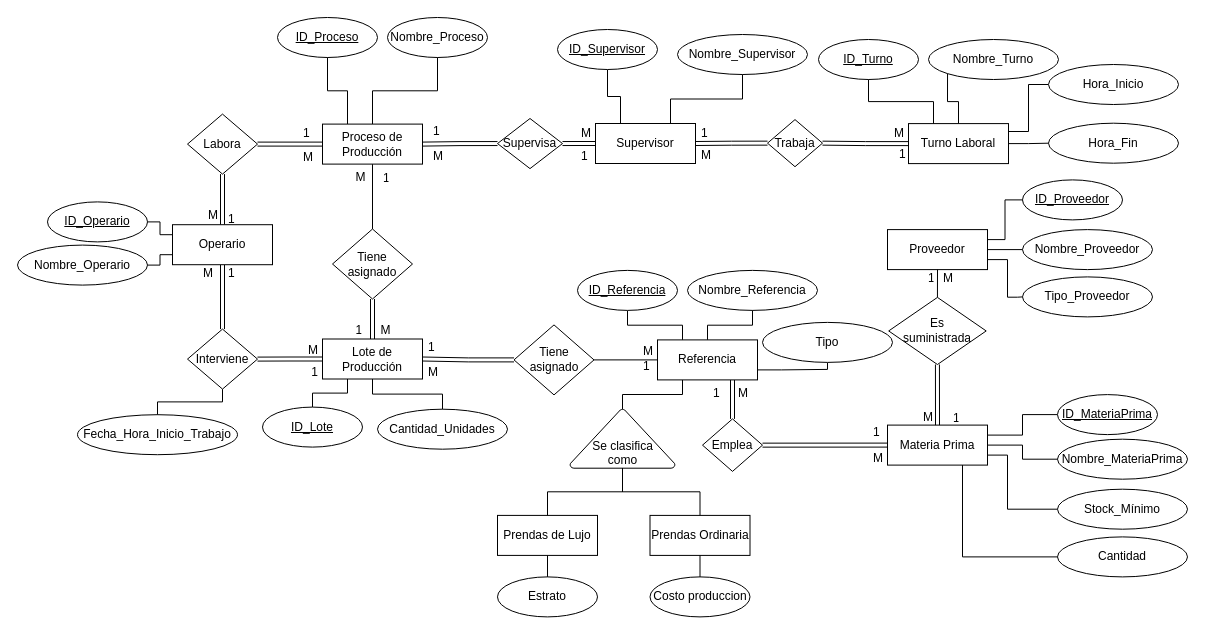
Above: page "Modelo Entidad Relación (Conceptual)" (1 of 3) of Caso de estudio Pepitas S.A/Pepitas S.A.drawio in jcagudelo12/DB_Administration (draw.io), before the change. Source tidied: cells renumbered, new cells numbered last; positions are measured from the earlier drawing's top-left corner, leaving out a move shared by most shapes. Both pictures are drawn from the tidied source at 100%, with x=0, y=0 at pixel (17, 17).
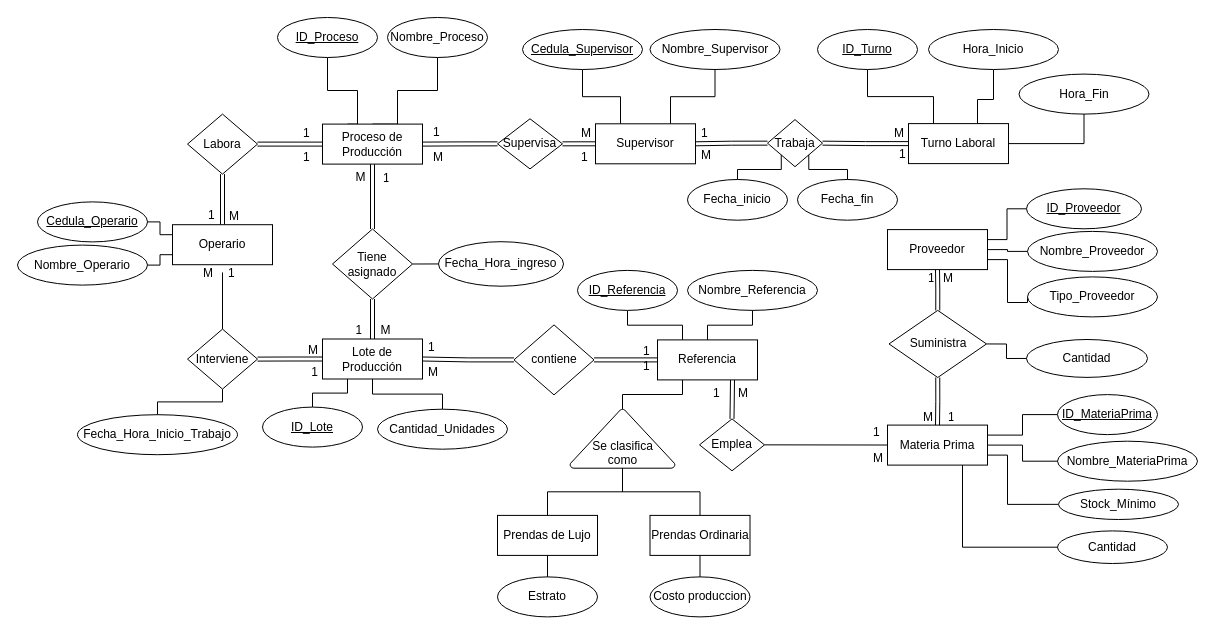
After the change.

The change refers to these unchanged cells:
```xml
<mxCell id="2" value="&lt;u&gt;ID_Proceso &lt;/u&gt;" style="ellipse;whiteSpace=wrap;html=1;align=center;strokeWidth=1;" parent="1" vertex="1">
  <mxGeometry x="260" width="100" height="40" as="geometry" />
</mxCell>
<mxCell id="3" value="Nombre_Proceso" style="ellipse;whiteSpace=wrap;html=1;align=center;strokeWidth=1;" parent="1" vertex="1">
  <mxGeometry x="370" width="100" height="40" as="geometry" />
</mxCell>
<mxCell id="21" value="Materia Prima" style="whiteSpace=wrap;html=1;align=center;strokeWidth=1;" parent="1" vertex="1">
  <mxGeometry x="870" y="407.6" width="100" height="40" as="geometry" />
</mxCell>
<mxCell id="28" value="Proveedor" style="whiteSpace=wrap;html=1;align=center;strokeWidth=1;" parent="1" vertex="1">
  <mxGeometry x="870" y="212.1" width="100" height="40" as="geometry" />
</mxCell>
<mxCell id="41" value="Tiene asignado" style="shape=rhombus;perimeter=rhombusPerimeter;whiteSpace=wrap;html=1;align=center;strokeWidth=1;" parent="1" vertex="1">
  <mxGeometry x="315" y="211.5" width="80" height="70" as="geometry" />
</mxCell>
<mxCell id="47" value="Interviene" style="shape=rhombus;perimeter=rhombusPerimeter;whiteSpace=wrap;html=1;align=center;strokeWidth=1;" parent="1" vertex="1">
  <mxGeometry x="170" y="311.6" width="70" height="60" as="geometry" />
</mxCell>
<mxCell id="53" value="Trabaja" style="shape=rhombus;perimeter=rhombusPerimeter;whiteSpace=wrap;html=1;align=center;strokeWidth=1;" parent="1" vertex="1">
  <mxGeometry x="750" y="102.1" width="55" height="47.1" as="geometry" />
</mxCell>
<mxCell id="73" value="Turno Laboral" style="whiteSpace=wrap;html=1;align=center;strokeWidth=1;" parent="72" vertex="1">
  <mxGeometry x="20" y="4" width="100" height="40" as="geometry" />
</mxCell>
<mxCell id="81" style="group;strokeWidth=1;" parent="80" vertex="1">
  <mxGeometry width="120" height="45" as="geometry" />
</mxCell>
<mxCell id="82" value="Referencia" style="whiteSpace=wrap;html=1;align=center;strokeWidth=1;" parent="81" vertex="1">
  <mxGeometry x="20" y="2.5" width="100" height="40" as="geometry" />
</mxCell>
<mxCell id="95" style="group;" parent="1" vertex="1">
  <mxGeometry x="280" y="102.1" width="125" height="69.1" as="geometry" />
</mxCell>
<mxCell id="96" value="Proceso de Producción" style="whiteSpace=wrap;html=1;align=center;strokeWidth=1;" parent="95" vertex="1">
  <mxGeometry x="25" y="4.5" width="100" height="40" as="geometry" />
</mxCell>
<mxCell id="117" style="group;" parent="1" vertex="1">
  <mxGeometry x="155" y="184.4" width="100" height="83.2" as="geometry" />
</mxCell>
<mxCell id="118" value="Operario" style="whiteSpace=wrap;html=1;align=center;strokeWidth=1;" parent="117" vertex="1">
  <mxGeometry y="22.8" width="100" height="40" as="geometry" />
</mxCell>
<mxCell id="122" value="1" style="text;strokeColor=none;fillColor=none;spacingLeft=4;spacingRight=4;overflow=hidden;points=[[0,0.5],[1,0.5]];portConstraint=eastwest;fontSize=12;" parent="117" vertex="1">
  <mxGeometry x="50" y="57.8" width="20" height="25.5" as="geometry" />
</mxCell>
```

Change to the diagram source:
```diff
@@
-<mxGraphModel>
+<mxGraphModel background="#ffffff">
@@
     <mxCell id="4" style="endArrow=none;html=1;rounded=0;exitX=0.25;exitY=0;exitDx=0;exitDy=0;entryX=0.5;entryY=1;entryDx=0;entryDy=0;edgeStyle=orthogonalEdgeStyle;elbow=vertical;" parent="1" edge="1" source="96" target="2">
-      <mxGeometry relative="1" as="geometry" />
+      <mxGeometry relative="1" as="geometry">
+        <Array as="points">
+          <mxPoint x="340" y="107" />
+          <mxPoint x="340" y="73" />
+          <mxPoint x="310" y="73" />
+        </Array>
+      </mxGeometry>
     </mxCell>
     <mxCell id="5" style="endArrow=none;html=1;rounded=0;exitX=0.5;exitY=0;exitDx=0;exitDy=0;entryX=0.5;entryY=1;entryDx=0;entryDy=0;edgeStyle=orthogonalEdgeStyle;" parent="1" edge="1" source="96" target="3">
-      <mxGeometry relative="1" as="geometry" />
+      <mxGeometry relative="1" as="geometry">
+        <Array as="points">
+          <mxPoint x="380" y="107" />
+          <mxPoint x="380" y="73" />
+          <mxPoint x="420" y="73" />
+        </Array>
+      </mxGeometry>
     </mxCell>
     <mxCell id="6" value="Nombre_Supervisor" style="ellipse;whiteSpace=wrap;html=1;align=center;strokeWidth=1;" parent="1" vertex="1">
-      <mxGeometry x="660" y="17" width="130" height="40" as="geometry" />
+      <mxGeometry x="632.5" y="12" width="130" height="40" as="geometry" />
     </mxCell>
@@
-    <mxCell id="8" value="ID_Supervisor " style="ellipse;whiteSpace=wrap;html=1;align=center;fontStyle=4;strokeWidth=1;" parent="1" vertex="1">
-      <mxGeometry x="540" y="12" width="100" height="40" as="geometry" />
+    <mxCell id="8" value="Cedula_Supervisor " style="ellipse;whiteSpace=wrap;html=1;align=center;fontStyle=4;strokeWidth=1;" parent="1" vertex="1">
+      <mxGeometry x="505" y="12" width="120" height="40" as="geometry" />
     </mxCell>
@@
-    <mxCell id="13" style="endArrow=none;html=1;rounded=0;exitX=1;exitY=0.75;exitDx=0;exitDy=0;entryX=0.5;entryY=1;entryDx=0;entryDy=0;edgeStyle=orthogonalEdgeStyle;" parent="1" edge="1" source="82" target="14">
-      <mxGeometry relative="1" as="geometry">
-        <Array as="points">
-          <mxPoint x="764" y="351.9" />
-          <mxPoint x="810" y="351.9" />
-        </Array>
-      </mxGeometry>
-    </mxCell>
-    <mxCell id="14" value="Tipo" style="ellipse;whiteSpace=wrap;html=1;align=center;strokeWidth=1;" parent="1" vertex="1">
-      <mxGeometry x="745" y="304.9" width="130" height="40" as="geometry" />
-    </mxCell>
-    <mxCell id="15" value="Nombre_Turno" style="ellipse;whiteSpace=wrap;html=1;align=center;strokeWidth=1;" parent="1" vertex="1">
-      <mxGeometry x="911" y="22" width="130" height="40" as="geometry" />
-    </mxCell>
-    <mxCell id="16" style="endArrow=none;html=1;rounded=0;exitX=0.5;exitY=0;exitDx=0;exitDy=0;entryX=0;entryY=1;entryDx=0;entryDy=0;edgeStyle=orthogonalEdgeStyle;" parent="1" edge="1" source="73" target="15">
-      <mxGeometry relative="1" as="geometry" />
-    </mxCell>
     <mxCell id="17" value="ID_Turno" style="ellipse;whiteSpace=wrap;html=1;align=center;fontStyle=4;strokeWidth=1;" parent="1" vertex="1">
-      <mxGeometry x="801" y="22" width="100" height="40" as="geometry" />
+      <mxGeometry x="800" y="12" width="100" height="40" as="geometry" />
     </mxCell>
-    <mxCell id="18" style="endArrow=none;html=1;rounded=0;exitX=1;exitY=0.25;exitDx=0;exitDy=0;entryX=0;entryY=0.5;entryDx=0;entryDy=0;edgeStyle=orthogonalEdgeStyle;" parent="1" edge="1" source="73" target="19">
+    <mxCell id="18" style="endArrow=none;html=1;rounded=0;exitX=0.75;exitY=0;exitDx=0;exitDy=0;entryX=0.5;entryY=1;entryDx=0;entryDy=0;edgeStyle=orthogonalEdgeStyle;" parent="1" edge="1" source="73" target="19">
       <mxGeometry relative="1" as="geometry">
         <Array as="points">
-          <mxPoint x="1011" y="114" />
-          <mxPoint x="1011" y="67" />
+          <mxPoint x="960" y="106" />
+          <mxPoint x="960" y="82" />
+          <mxPoint x="976" y="82" />
         </Array>
       </mxGeometry>
     </mxCell>
     <mxCell id="19" value="Hora_Inicio" style="ellipse;whiteSpace=wrap;html=1;align=center;strokeWidth=1;" parent="1" vertex="1">
-      <mxGeometry x="1031" y="47" width="130" height="40" as="geometry" />
+      <mxGeometry x="911" y="12" width="130" height="40" as="geometry" />
     </mxCell>
     <mxCell id="20" value="Hora_Fin" style="ellipse;whiteSpace=wrap;html=1;align=center;strokeWidth=1;" parent="1" vertex="1">
-      <mxGeometry x="1031" y="105.7" width="130" height="40" as="geometry" />
+      <mxGeometry x="1001.5" y="56.6" width="130" height="40" as="geometry" />
     </mxCell>
@@
     <mxCell id="22" value="Nombre_MateriaPrima" style="ellipse;whiteSpace=wrap;html=1;align=center;strokeWidth=1;" parent="1" vertex="1">
-      <mxGeometry x="1040" y="421.7" width="130" height="40" as="geometry" />
+      <mxGeometry x="1040" y="423.7" width="140" height="40" as="geometry" />
     </mxCell>
@@
     <mxCell id="26" style="endArrow=none;html=1;rounded=0;exitX=1;exitY=0.75;exitDx=0;exitDy=0;entryX=0;entryY=0.5;entryDx=0;entryDy=0;edgeStyle=orthogonalEdgeStyle;" parent="1" edge="1" source="21" target="27">
       <mxGeometry relative="1" as="geometry">
         <Array as="points">
-          <mxPoint x="990" y="437.7" />
-          <mxPoint x="990" y="491.7" />
+          <mxPoint x="990" y="438" />
+          <mxPoint x="990" y="487" />
         </Array>
       </mxGeometry>
     </mxCell>
     <mxCell id="27" value="Stock_Mínimo" style="ellipse;whiteSpace=wrap;html=1;align=center;strokeWidth=1;" parent="1" vertex="1">
-      <mxGeometry x="1040" y="471.7" width="130" height="40" as="geometry" />
+      <mxGeometry x="1041" y="471.7" width="120" height="30.3" as="geometry" />
     </mxCell>
@@
     <mxCell id="29" value="Nombre_Proveedor" style="ellipse;whiteSpace=wrap;html=1;align=center;strokeWidth=1;" parent="1" vertex="1">
-      <mxGeometry x="1005" y="212.1" width="130" height="40" as="geometry" />
+      <mxGeometry x="1010" y="213.9" width="130" height="40" as="geometry" />
     </mxCell>
@@
     <mxCell id="32" value="ID_Proveedor " style="ellipse;whiteSpace=wrap;html=1;align=center;fontStyle=4;strokeWidth=1;" parent="1" vertex="1">
-      <mxGeometry x="1005" y="162.4" width="100" height="40" as="geometry" />
+      <mxGeometry x="1009" y="171.3" width="115" height="40" as="geometry" />
     </mxCell>
     <mxCell id="33" style="endArrow=none;html=1;rounded=0;entryX=0;entryY=0.5;entryDx=0;entryDy=0;edgeStyle=orthogonalEdgeStyle;exitX=1;exitY=0.75;exitDx=0;exitDy=0;" parent="1" edge="1" source="28" target="34">
       <mxGeometry relative="1" as="geometry">
         <Array as="points">
-          <mxPoint x="990" y="241.7" />
-          <mxPoint x="990" y="279.7" />
-          <mxPoint x="1000" y="279.7" />
+          <mxPoint x="990" y="242" />
+          <mxPoint x="990" y="285" />
         </Array>
       </mxGeometry>
     </mxCell>
     <mxCell id="34" value="Tipo_Proveedor " style="ellipse;whiteSpace=wrap;html=1;align=center;strokeWidth=1;" parent="1" vertex="1">
-      <mxGeometry x="1005" y="259.4" width="130" height="40" as="geometry" />
+      <mxGeometry x="1010" y="259.4" width="130" height="40" as="geometry" />
     </mxCell>
@@
-    <mxCell id="37" value="Es &lt;br&gt;suministrada" style="shape=rhombus;perimeter=rhombusPerimeter;whiteSpace=wrap;html=1;align=center;strokeWidth=1;" parent="1" vertex="1">
-      <mxGeometry x="871.2" y="279.9" width="97.5" height="67.1" as="geometry" />
+    <mxCell id="37" value="Suministra" style="shape=rhombus;perimeter=rhombusPerimeter;whiteSpace=wrap;html=1;align=center;strokeWidth=1;" parent="1" vertex="1">
+      <mxGeometry x="871.5" y="292.9" width="97.5" height="67.1" as="geometry" />
     </mxCell>
@@
-    <mxCell id="39" style="endArrow=none;html=1;rounded=0;edgeStyle=orthogonalEdgeStyle;entryX=0.5;entryY=1;entryDx=0;entryDy=0;exitX=0.5;exitY=0;exitDx=0;exitDy=0;" parent="1" edge="1" source="37" target="28">
+    <mxCell id="39" style="endArrow=none;html=1;rounded=0;edgeStyle=orthogonalEdgeStyle;entryX=0.5;entryY=1;entryDx=0;entryDy=0;exitX=0.5;exitY=0;exitDx=0;exitDy=0;shape=link;" parent="1" edge="1" source="37" target="28">
       <mxGeometry relative="1" as="geometry" />
     </mxCell>
@@
-    <mxCell id="42" style="endArrow=none;html=1;rounded=0;exitX=0.5;exitY=0;exitDx=0;exitDy=0;entryX=0.5;entryY=1;entryDx=0;entryDy=0;edgeStyle=orthogonalEdgeStyle;" parent="1" edge="1" source="41" target="96">
-      <mxGeometry relative="1" as="geometry">
-        <Array as="points">
-          <mxPoint x="355" y="212" />
-          <mxPoint x="355" y="212" />
-        </Array>
-      </mxGeometry>
+    <mxCell id="42" style="endArrow=none;html=1;rounded=0;exitX=0.5;exitY=0;exitDx=0;exitDy=0;entryX=0.5;entryY=1;entryDx=0;entryDy=0;edgeStyle=orthogonalEdgeStyle;shape=link;" parent="1" edge="1" source="41" target="96">
+      <mxGeometry relative="1" as="geometry" />
     </mxCell>
-    <mxCell id="43" value="Tiene asignado" style="shape=rhombus;perimeter=rhombusPerimeter;whiteSpace=wrap;html=1;align=center;strokeWidth=1;" parent="1" vertex="1">
+    <mxCell id="43" value="contiene" style="shape=rhombus;perimeter=rhombusPerimeter;whiteSpace=wrap;html=1;align=center;strokeWidth=1;" parent="1" vertex="1">
       <mxGeometry x="496.5" y="307.4" width="80" height="70" as="geometry" />
     </mxCell>
@@
     <mxCell id="48" value="Emplea" style="shape=rhombus;perimeter=rhombusPerimeter;whiteSpace=wrap;html=1;align=center;strokeWidth=1;" parent="1" vertex="1">
-      <mxGeometry x="685" y="401.4" width="60" height="52.5" as="geometry" />
+      <mxGeometry x="682" y="401.4" width="65" height="51.9" as="geometry" />
     </mxCell>
@@
-    <mxCell id="50" style="shape=link;html=1;rounded=0;elbow=vertical;exitX=0;exitY=0.5;exitDx=0;exitDy=0;entryX=1;entryY=0.5;entryDx=0;entryDy=0;" parent="1" edge="1" source="21" target="48">
-      <mxGeometry relative="1" as="geometry" />
-    </mxCell>
@@
-    <mxCell id="55" style="endArrow=none;html=1;rounded=0;exitX=1;exitY=0.5;exitDx=0;exitDy=0;edgeStyle=orthogonalEdgeStyle;entryX=0;entryY=0.5;entryDx=0;entryDy=0;" parent="1" edge="1" source="43" target="82">
+    <mxCell id="55" style="endArrow=none;html=1;rounded=0;exitX=1;exitY=0.5;exitDx=0;exitDy=0;edgeStyle=orthogonalEdgeStyle;entryX=0;entryY=0.5;entryDx=0;entryDy=0;shape=link;" parent="1" edge="1" source="43" target="82">
       <mxGeometry relative="1" as="geometry" />
     </mxCell>
@@
-    <mxCell id="67" value="ID_Operario" style="ellipse;whiteSpace=wrap;html=1;align=center;fontStyle=4;strokeWidth=1;" parent="1" vertex="1">
-      <mxGeometry x="30" y="184.4" width="100" height="40" as="geometry" />
+    <mxCell id="67" value="Cedula_Operario" style="ellipse;whiteSpace=wrap;html=1;align=center;fontStyle=4;strokeWidth=1;" parent="1" vertex="1">
+      <mxGeometry x="20" y="184.4" width="110" height="40" as="geometry" />
     </mxCell>
-    <mxCell id="68" style="shape=link;html=1;rounded=0;elbow=vertical;exitX=0.5;exitY=0;exitDx=0;exitDy=0;entryX=0.5;entryY=1;entryDx=0;entryDy=0;edgeStyle=orthogonalEdgeStyle;" parent="1" edge="1" source="47" target="118">
-      <mxGeometry relative="1" as="geometry" />
-    </mxCell>
@@
-    <mxCell id="84" value="M" style="text;strokeColor=none;fillColor=none;spacingLeft=4;spacingRight=4;overflow=hidden;fontSize=12;" parent="81" vertex="1">
+    <mxCell id="84" value="1" style="text;strokeColor=none;fillColor=none;spacingLeft=4;spacingRight=4;overflow=hidden;fontSize=12;" parent="81" vertex="1">
       <mxGeometry width="40" height="30" as="geometry" />
     </mxCell>
@@
     <mxCell id="87" value="1" style="text;strokeColor=none;fillColor=none;spacingLeft=4;spacingRight=4;overflow=hidden;fontSize=12;" parent="1" vertex="1">
-      <mxGeometry x="930" y="387.1" width="15" height="20" as="geometry" />
+      <mxGeometry x="925" y="386.1" width="15" height="20" as="geometry" />
     </mxCell>
@@
     <mxCell id="93" value="Cantidad" style="ellipse;whiteSpace=wrap;html=1;align=center;strokeWidth=1;" parent="1" vertex="1">
-      <mxGeometry x="1040" y="519.4" width="130" height="40" as="geometry" />
+      <mxGeometry x="1040" y="513.4" width="110" height="32.6" as="geometry" />
     </mxCell>
@@
-    <mxCell id="98" value="M" style="text;strokeColor=none;fillColor=none;spacingLeft=4;spacingRight=4;overflow=hidden;fontSize=12;" parent="95" vertex="1">
+    <mxCell id="98" value="1" style="text;strokeColor=none;fillColor=none;spacingLeft=4;spacingRight=4;overflow=hidden;fontSize=12;" parent="95" vertex="1">
       <mxGeometry y="24.1" width="40" height="30" as="geometry" />
     </mxCell>
@@
     <mxCell id="104" style="group;" parent="1" vertex="1">
-      <mxGeometry x="400" y="102.1" width="298" height="53.2" as="geometry" />
+      <mxGeometry x="400" y="102.4" width="298" height="53.2" as="geometry" />
     </mxCell>
@@
-    <mxCell id="119" value="1" style="text;strokeColor=none;fillColor=none;spacingLeft=4;spacingRight=4;overflow=hidden;fontSize=12;" parent="117" vertex="1">
-      <mxGeometry x="50" y="3.2" width="20" height="25.5" as="geometry" />
+    <mxCell id="119" value="M" style="text;strokeColor=none;fillColor=none;spacingLeft=4;spacingRight=4;overflow=hidden;fontSize=12;" parent="117" vertex="1">
+      <mxGeometry x="51" y="0.2" width="20" height="25.5" as="geometry" />
     </mxCell>
@@
-    <mxCell id="121" value="M" style="text;strokeColor=none;fillColor=none;spacingLeft=4;spacingRight=4;overflow=hidden;fontSize=12;" parent="117" vertex="1">
+    <mxCell id="121" value="1" style="text;strokeColor=none;fillColor=none;spacingLeft=4;spacingRight=4;overflow=hidden;fontSize=12;" parent="117" vertex="1">
       <mxGeometry x="30" width="20" height="25.5" as="geometry" />
     </mxCell>
@@
+    <mxCell id="137" value="Fecha_inicio" style="ellipse;whiteSpace=wrap;html=1;align=center;strokeWidth=1;" parent="1" vertex="1">
+      <mxGeometry x="670" y="162" width="100" height="40.7" as="geometry" />
+    </mxCell>
+    <mxCell id="138" value="Fecha_fin" style="ellipse;whiteSpace=wrap;html=1;align=center;strokeWidth=1;" parent="1" vertex="1">
+      <mxGeometry x="780" y="162" width="100" height="40.7" as="geometry" />
+    </mxCell>
+    <mxCell id="139" style="endArrow=none;html=1;rounded=0;exitX=0.5;exitY=0;exitDx=0;exitDy=0;entryX=0;entryY=1;entryDx=0;entryDy=0;edgeStyle=orthogonalEdgeStyle;" parent="1" edge="1" source="137" target="53">
+      <mxGeometry relative="1" as="geometry" />
+    </mxCell>
+    <mxCell id="140" style="endArrow=none;html=1;rounded=0;exitX=0.5;exitY=0;exitDx=0;exitDy=0;entryX=1;entryY=1;entryDx=0;entryDy=0;edgeStyle=orthogonalEdgeStyle;" parent="1" edge="1" source="138" target="53">
+      <mxGeometry relative="1" as="geometry" />
+    </mxCell>
+    <mxCell id="141" value="Fecha_Hora_ingreso" style="ellipse;whiteSpace=wrap;html=1;strokeWidth=1;" parent="1" vertex="1">
+      <mxGeometry x="421" y="224.2" width="125" height="44.5" as="geometry" />
+    </mxCell>
+    <mxCell id="142" style="endArrow=none;html=1;rounded=0;exitX=1;exitY=0.5;exitDx=0;exitDy=0;entryX=0;entryY=0.5;entryDx=0;entryDy=0;edgeStyle=orthogonalEdgeStyle;" parent="1" edge="1" source="41" target="141">
+      <mxGeometry relative="1" as="geometry" />
+    </mxCell>
+    <mxCell id="143" style="endArrow=none;html=1;rounded=0;entryX=0;entryY=0.5;entryDx=0;entryDy=0;exitX=0.5;exitY=0;exitDx=0;exitDy=0;" parent="1" edge="1" source="47" target="122">
+      <mxGeometry relative="1" as="geometry" />
+    </mxCell>
+    <mxCell id="144" style="endArrow=none;html=1;rounded=0;exitX=1;exitY=0.5;exitDx=0;exitDy=0;" parent="1" edge="1" source="48" target="21">
+      <mxGeometry relative="1" as="geometry" />
+    </mxCell>
+    <mxCell id="145" value="Cantidad" style="ellipse;whiteSpace=wrap;html=1;align=center;strokeWidth=1;" parent="1" vertex="1">
+      <mxGeometry x="1009" y="322" width="121" height="37.9" as="geometry" />
+    </mxCell>
+    <mxCell id="146" style="endArrow=none;html=1;rounded=0;exitX=1;exitY=0.5;exitDx=0;exitDy=0;entryX=0;entryY=0.5;entryDx=0;entryDy=0;edgeStyle=orthogonalEdgeStyle;" parent="1" edge="1" source="37" target="145">
+      <mxGeometry relative="1" as="geometry" />
+    </mxCell>
```
